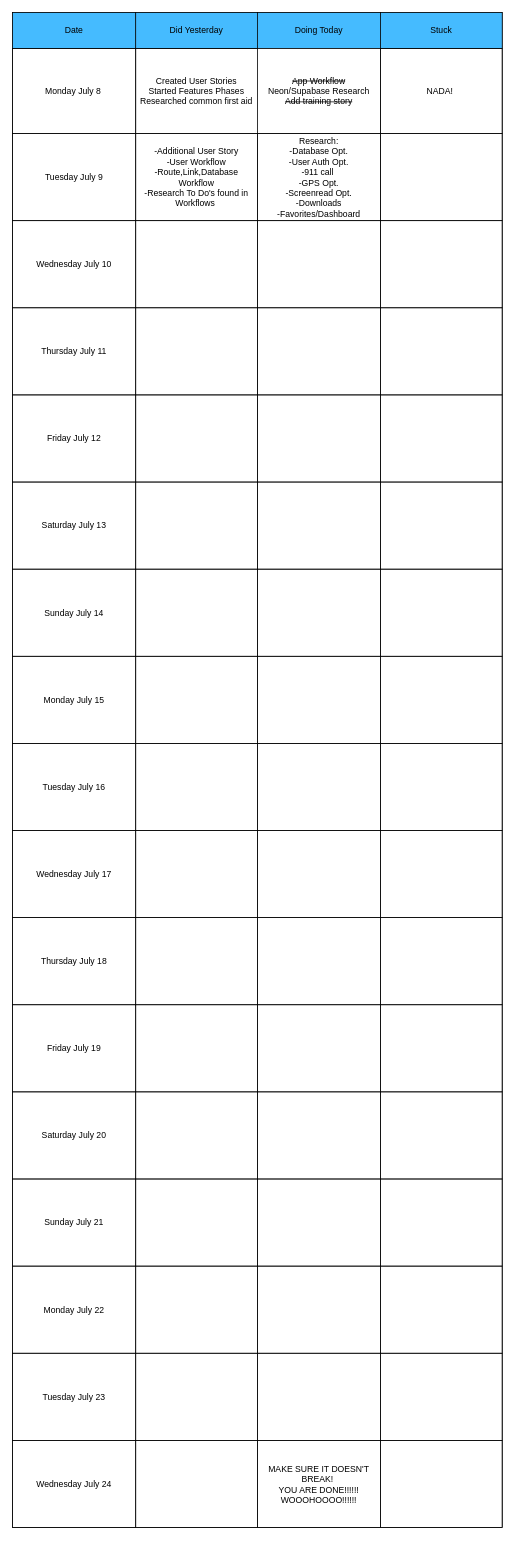
mfmarson/AidMate keeps this draw.io diagram as page "Project Log" (1 of 11) of Untitled Diagram.drawio. Above is the earlier version. Source tidied: cells renumbered, new cells numbered last; positions are measured from the earlier drawing's top-left corner, leaving out a move shared by most shapes. Both pictures are drawn from the tidied source at 72%, with x=0, y=0 at pixel (12, 12).
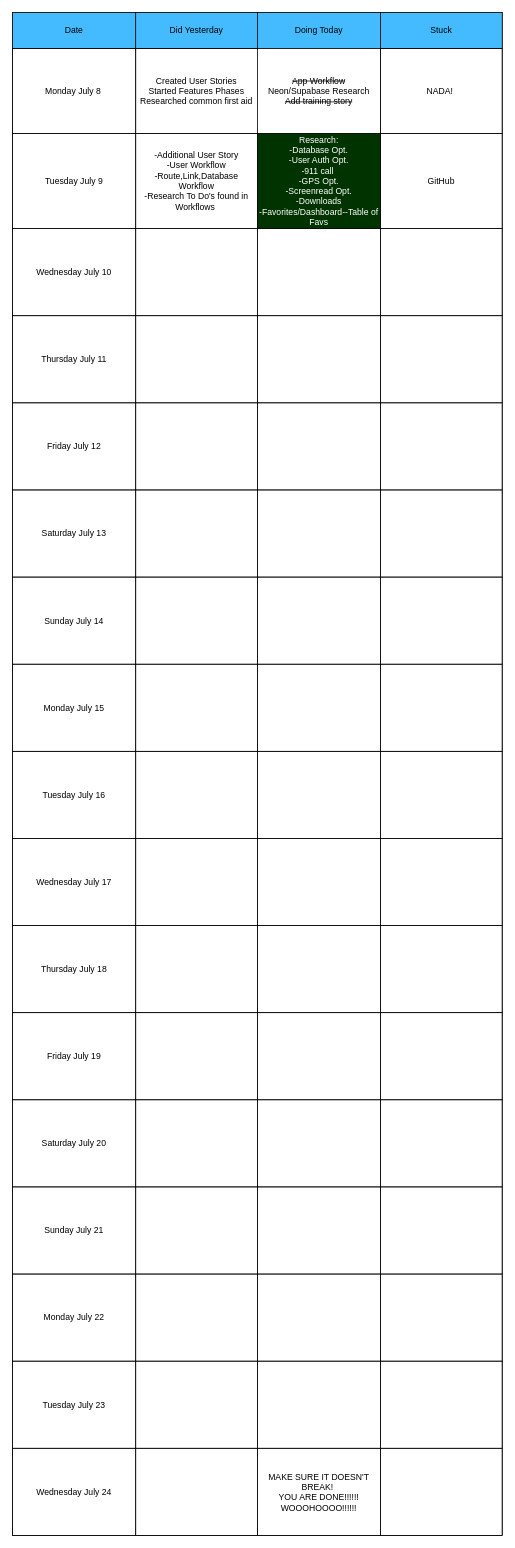
The same page after the edit.

What changed in the source:
```diff
@@
     <mxCell id="2" style="childLayout=tableLayout;shadow=0;fillColor=none;" parent="1" vertex="1">
-      <mxGeometry width="680" height="2104" as="geometry" />
+      <mxGeometry width="680" height="2115" as="geometry" />
     </mxCell>
@@
     <mxCell id="13" style="shape=tableRow;horizontal=0;startSize=0;swimlaneHead=0;swimlaneBody=0;top=0;left=0;bottom=0;right=0;fontStyle=0;fillColor=none;strokeColor=inherit;" parent="2" vertex="1">
-      <mxGeometry y="168" width="680" height="121" as="geometry" />
+      <mxGeometry y="168" width="680" height="132" as="geometry" />
     </mxCell>
     <mxCell id="14" value="Tuesday July 9" style="strokeColor=inherit;fillColor=none;align=center;whiteSpace=wrap;html=1;" parent="13" vertex="1">
-      <mxGeometry width="171" height="121" as="geometry" />
+      <mxGeometry width="171" height="132" as="geometry" />
     </mxCell>
     <mxCell id="15" value="-Additional User Story&lt;div&gt;-User Workflow&lt;/div&gt;&lt;div&gt;-Route,Link,Database Workflow&lt;/div&gt;&lt;div&gt;-Research To Do's found in Workflows&amp;nbsp;&lt;/div&gt;" style="strokeColor=inherit;fillColor=none;align=center;whiteSpace=wrap;html=1;" parent="13" vertex="1">
-      <mxGeometry x="171" width="169" height="121" as="geometry" />
+      <mxGeometry x="171" width="169" height="132" as="geometry" />
     </mxCell>
-    <mxCell id="16" value="Research:&lt;div&gt;-Database Opt.&lt;/div&gt;&lt;div&gt;-User Auth Opt.&lt;/div&gt;&lt;div&gt;-911 call&amp;nbsp;&lt;/div&gt;&lt;div&gt;-GPS Opt.&lt;/div&gt;&lt;div&gt;-Screenread Opt.&lt;/div&gt;&lt;div&gt;-Downloads&lt;/div&gt;&lt;div&gt;-Favorites/Dashboard&lt;/div&gt;" style="strokeColor=inherit;fillColor=none;align=center;whiteSpace=wrap;html=1;" parent="13" vertex="1">
-      <mxGeometry x="340" width="171" height="121" as="geometry" />
+    <mxCell id="16" value="Research:&lt;div&gt;-Database Opt.&lt;/div&gt;&lt;div&gt;-User Auth Opt.&lt;/div&gt;&lt;div&gt;-911 call&amp;nbsp;&lt;/div&gt;&lt;div&gt;-GPS Opt.&lt;/div&gt;&lt;div&gt;-Screenread Opt.&lt;/div&gt;&lt;div&gt;-Downloads&lt;/div&gt;&lt;div&gt;-Favorites/Dashboard--Table of Favs&lt;/div&gt;" style="strokeColor=inherit;fillColor=#003300;align=center;whiteSpace=wrap;html=1;fontColor=#FFFFFF;" parent="13" vertex="1">
+      <mxGeometry x="340" width="171" height="132" as="geometry" />
     </mxCell>
-    <mxCell id="17" style="strokeColor=inherit;fillColor=none;align=center;whiteSpace=wrap;html=1;" parent="13" vertex="1">
-      <mxGeometry x="511" width="169" height="121" as="geometry" />
+    <mxCell id="17" value="GitHub" style="strokeColor=inherit;fillColor=none;align=center;whiteSpace=wrap;html=1;" parent="13" vertex="1">
+      <mxGeometry x="511" width="169" height="132" as="geometry" />
     </mxCell>
     <mxCell id="18" style="shape=tableRow;horizontal=0;startSize=0;swimlaneHead=0;swimlaneBody=0;top=0;left=0;bottom=0;right=0;fontStyle=0;fillColor=none;strokeColor=inherit;" parent="2" vertex="1">
-      <mxGeometry y="289" width="680" height="121" as="geometry" />
+      <mxGeometry y="300" width="680" height="121" as="geometry" />
     </mxCell>
@@
     <mxCell id="23" style="shape=tableRow;horizontal=0;startSize=0;swimlaneHead=0;swimlaneBody=0;top=0;left=0;bottom=0;right=0;fontStyle=0;fillColor=none;strokeColor=inherit;" parent="2" vertex="1">
-      <mxGeometry y="410" width="680" height="121" as="geometry" />
+      <mxGeometry y="421" width="680" height="121" as="geometry" />
     </mxCell>
@@
     <mxCell id="28" style="shape=tableRow;horizontal=0;startSize=0;swimlaneHead=0;swimlaneBody=0;top=0;left=0;bottom=0;right=0;fontStyle=0;fillColor=none;strokeColor=inherit;" parent="2" vertex="1">
-      <mxGeometry y="531" width="680" height="121" as="geometry" />
+      <mxGeometry y="542" width="680" height="121" as="geometry" />
     </mxCell>
@@
     <mxCell id="33" style="shape=tableRow;horizontal=0;startSize=0;swimlaneHead=0;swimlaneBody=0;top=0;left=0;bottom=0;right=0;fontStyle=0;fillColor=none;strokeColor=inherit;" parent="2" vertex="1">
-      <mxGeometry y="652" width="680" height="121" as="geometry" />
+      <mxGeometry y="663" width="680" height="121" as="geometry" />
     </mxCell>
@@
     <mxCell id="38" style="shape=tableRow;horizontal=0;startSize=0;swimlaneHead=0;swimlaneBody=0;top=0;left=0;bottom=0;right=0;fontStyle=0;fillColor=none;strokeColor=inherit;" parent="2" vertex="1">
-      <mxGeometry y="773" width="680" height="121" as="geometry" />
+      <mxGeometry y="784" width="680" height="121" as="geometry" />
     </mxCell>
@@
     <mxCell id="43" style="shape=tableRow;horizontal=0;startSize=0;swimlaneHead=0;swimlaneBody=0;top=0;left=0;bottom=0;right=0;fontStyle=0;fillColor=none;strokeColor=inherit;" parent="2" vertex="1">
-      <mxGeometry y="894" width="680" height="121" as="geometry" />
+      <mxGeometry y="905" width="680" height="121" as="geometry" />
     </mxCell>
@@
     <mxCell id="48" style="shape=tableRow;horizontal=0;startSize=0;swimlaneHead=0;swimlaneBody=0;top=0;left=0;bottom=0;right=0;fontStyle=0;fillColor=none;strokeColor=inherit;" parent="2" vertex="1">
-      <mxGeometry y="1015" width="680" height="121" as="geometry" />
+      <mxGeometry y="1026" width="680" height="121" as="geometry" />
     </mxCell>
@@
     <mxCell id="53" style="shape=tableRow;horizontal=0;startSize=0;swimlaneHead=0;swimlaneBody=0;top=0;left=0;bottom=0;right=0;fontStyle=0;fillColor=none;strokeColor=inherit;" parent="2" vertex="1">
-      <mxGeometry y="1136" width="680" height="121" as="geometry" />
+      <mxGeometry y="1147" width="680" height="121" as="geometry" />
     </mxCell>
@@
     <mxCell id="58" style="shape=tableRow;horizontal=0;startSize=0;swimlaneHead=0;swimlaneBody=0;top=0;left=0;bottom=0;right=0;fontStyle=0;fillColor=none;strokeColor=inherit;" parent="2" vertex="1">
-      <mxGeometry y="1257" width="680" height="121" as="geometry" />
+      <mxGeometry y="1268" width="680" height="121" as="geometry" />
     </mxCell>
@@
     <mxCell id="63" style="shape=tableRow;horizontal=0;startSize=0;swimlaneHead=0;swimlaneBody=0;top=0;left=0;bottom=0;right=0;fontStyle=0;fillColor=none;strokeColor=inherit;" parent="2" vertex="1">
-      <mxGeometry y="1378" width="680" height="121" as="geometry" />
+      <mxGeometry y="1389" width="680" height="121" as="geometry" />
     </mxCell>
@@
     <mxCell id="68" style="shape=tableRow;horizontal=0;startSize=0;swimlaneHead=0;swimlaneBody=0;top=0;left=0;bottom=0;right=0;fontStyle=0;fillColor=none;strokeColor=inherit;" parent="2" vertex="1">
-      <mxGeometry y="1499" width="680" height="121" as="geometry" />
+      <mxGeometry y="1510" width="680" height="121" as="geometry" />
     </mxCell>
@@
     <mxCell id="73" style="shape=tableRow;horizontal=0;startSize=0;swimlaneHead=0;swimlaneBody=0;top=0;left=0;bottom=0;right=0;fontStyle=0;fillColor=none;strokeColor=inherit;" parent="2" vertex="1">
-      <mxGeometry y="1620" width="680" height="121" as="geometry" />
+      <mxGeometry y="1631" width="680" height="121" as="geometry" />
     </mxCell>
@@
     <mxCell id="78" style="shape=tableRow;horizontal=0;startSize=0;swimlaneHead=0;swimlaneBody=0;top=0;left=0;bottom=0;right=0;fontStyle=0;fillColor=none;strokeColor=inherit;" parent="2" vertex="1">
-      <mxGeometry y="1741" width="680" height="121" as="geometry" />
+      <mxGeometry y="1752" width="680" height="121" as="geometry" />
     </mxCell>
@@
     <mxCell id="83" style="shape=tableRow;horizontal=0;startSize=0;swimlaneHead=0;swimlaneBody=0;top=0;left=0;bottom=0;right=0;fontStyle=0;fillColor=none;strokeColor=inherit;" parent="2" vertex="1">
-      <mxGeometry y="1862" width="680" height="121" as="geometry" />
+      <mxGeometry y="1873" width="680" height="121" as="geometry" />
     </mxCell>
@@
     <mxCell id="88" style="shape=tableRow;horizontal=0;startSize=0;swimlaneHead=0;swimlaneBody=0;top=0;left=0;bottom=0;right=0;fontStyle=0;fillColor=none;strokeColor=inherit;" parent="2" vertex="1">
-      <mxGeometry y="1983" width="680" height="121" as="geometry" />
+      <mxGeometry y="1994" width="680" height="121" as="geometry" />
     </mxCell>
```
